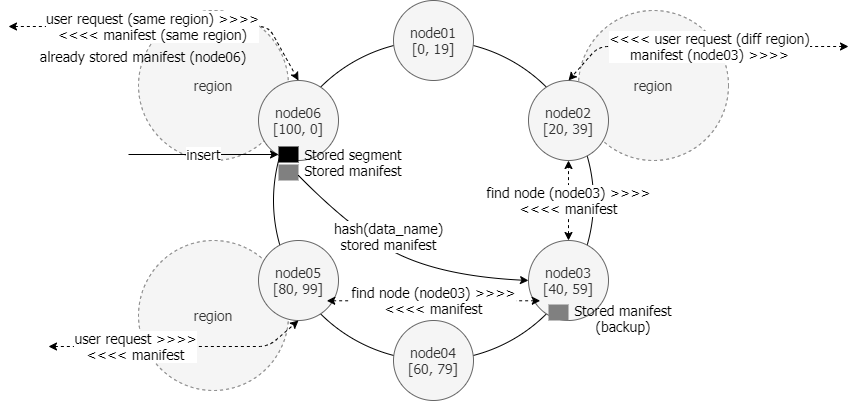
uni2u/difs keeps this draw.io diagram as img/difs21-backup02.png. Above is the earlier version. Source tidied: cells renumbered, new cells last; positions are measured from the earlier drawing's top-left corner, leaving out a move shared by most shapes.
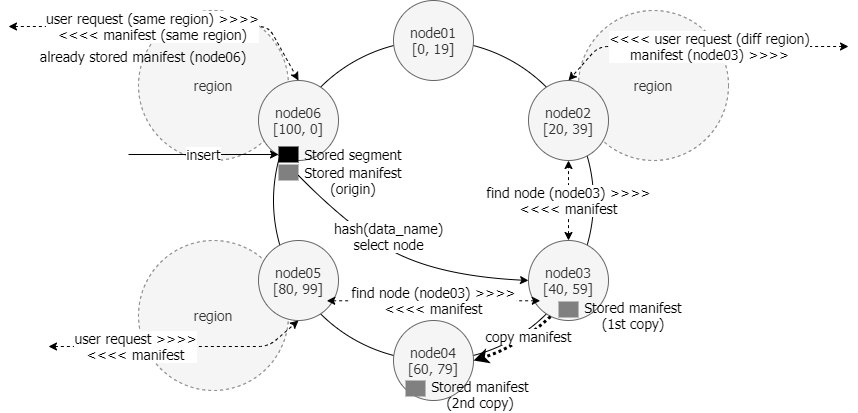
The same diagram one commit later.

What changed in the source:
```diff
@@ -46,11 +46,9 @@
     <mxCell id="15" style="rounded=0;whiteSpace=wrap;html=1;dashed=1;fontFamily=Tahoma;fontSize=14;fontColor=#333333;strokeColor=none;fillColor=#808080;" parent="1" vertex="1">
       <mxGeometry x="270" y="164" width="20" height="16" as="geometry" />
     </mxCell>
-    <mxCell id="16" value="Stored manifest" style="text;html=1;strokeColor=none;fillColor=none;align=center;verticalAlign=middle;whiteSpace=wrap;rounded=0;dashed=1;fontFamily=Tahoma;fontSize=14;" parent="1" vertex="1">
-      <mxGeometry x="290" y="160" width="110" height="20" as="geometry" />
-    </mxCell>
-    <mxCell id="17" value="hash(data_name)&lt;br&gt;stored manifest" style="curved=1;endArrow=classic;html=1;fontFamily=Tahoma;fontSize=14;exitX=0;exitY=0.75;exitDx=0;exitDy=0;entryX=0;entryY=0.5;entryDx=0;entryDy=0;" parent="1" edge="1" source="16" target="9">
+    <mxCell id="17" value="hash(data_name)&lt;br&gt;select node" style="curved=1;endArrow=classic;html=1;fontFamily=Tahoma;fontSize=14;exitX=0;exitY=0.75;exitDx=0;exitDy=0;entryX=0;entryY=0.5;entryDx=0;entryDy=0;" parent="1" edge="1" target="9">
       <mxGeometry x="-0.14" y="12" relative="1" as="geometry">
+        <mxPoint x="290" y="175" as="sourcePoint" />
         <Array as="points">
           <mxPoint x="350" y="236" />
           <mxPoint x="440" y="276" />
@@ -58,10 +56,10 @@
       </mxGeometry>
     </mxCell>
     <mxCell id="18" style="rounded=0;whiteSpace=wrap;html=1;dashed=1;fontFamily=Tahoma;fontSize=14;fontColor=#333333;strokeColor=none;fillColor=#808080;" parent="1" vertex="1">
-      <mxGeometry x="540" y="304" width="20" height="16" as="geometry" />
+      <mxGeometry x="550" y="301" width="20" height="16" as="geometry" />
     </mxCell>
-    <mxCell id="19" value="Stored manifest&lt;br&gt;(backup)" style="text;html=1;strokeColor=none;fillColor=none;align=center;verticalAlign=middle;whiteSpace=wrap;rounded=0;dashed=1;fontFamily=Tahoma;fontSize=14;" parent="1" vertex="1">
-      <mxGeometry x="560" y="300" width="110" height="36" as="geometry" />
+    <mxCell id="19" value="Stored manifest&lt;br&gt;(1st copy)" style="text;html=1;strokeColor=none;fillColor=none;align=center;verticalAlign=middle;whiteSpace=wrap;rounded=0;dashed=1;fontFamily=Tahoma;fontSize=14;" parent="1" vertex="1">
+      <mxGeometry x="570" y="297" width="110" height="36" as="geometry" />
     </mxCell>
     <mxCell id="20" value="user request (same region) &amp;gt;&amp;gt;&amp;gt;&amp;gt;&lt;br&gt;&amp;lt;&amp;lt;&amp;lt;&amp;lt; manifest (same region)" style="endArrow=classic;html=1;dashed=1;fontFamily=Tahoma;fontSize=14;entryX=0.5;entryY=0;entryDx=0;entryDy=0;startArrow=classic;startFill=1;" parent="1" edge="1" target="8">
       <mxGeometry x="-0.11" relative="1" as="geometry">
@@ -99,5 +97,22 @@
     <mxCell id="25" value="already stored manifest (node06)" style="text;html=1;strokeColor=none;fillColor=none;align=right;verticalAlign=middle;whiteSpace=wrap;rounded=0;dashed=1;fontFamily=Tahoma;fontSize=14;" parent="1" vertex="1">
       <mxGeometry x="20" y="46" width="220" height="20" as="geometry" />
     </mxCell>
+    <mxCell id="26" style="rounded=0;whiteSpace=wrap;html=1;dashed=1;fontFamily=Tahoma;fontSize=14;fontColor=#333333;strokeColor=none;fillColor=#808080;" parent="1" vertex="1">
+      <mxGeometry x="397" y="380" width="20" height="16" as="geometry" />
+    </mxCell>
+    <mxCell id="27" value="Stored manifest&lt;br&gt;(2nd copy)" style="text;html=1;strokeColor=none;fillColor=none;align=center;verticalAlign=middle;whiteSpace=wrap;rounded=0;dashed=1;fontFamily=Tahoma;fontSize=14;" parent="1" vertex="1">
+      <mxGeometry x="417" y="376" width="110" height="36" as="geometry" />
+    </mxCell>
+    <mxCell id="28" value="copy manifest" style="curved=1;endArrow=classic;html=1;entryX=1;entryY=0.5;entryDx=0;entryDy=0;exitX=0.275;exitY=0.95;exitDx=0;exitDy=0;exitPerimeter=0;dashed=1;strokeWidth=3;dashPattern=1 1;fontSize=14;fontFamily=Tahoma;" parent="1" edge="1" source="9" target="7">
+      <mxGeometry x="-0.35" relative="1" as="geometry">
+        <Array as="points">
+          <mxPoint x="510" y="346" />
+        </Array>
+        <mxPoint y="-1" as="offset" />
+      </mxGeometry>
+    </mxCell>
+    <mxCell id="29" value="Stored manifest&lt;br&gt;(origin)" style="text;html=1;strokeColor=none;fillColor=none;align=center;verticalAlign=middle;whiteSpace=wrap;rounded=0;dashed=1;fontFamily=Tahoma;fontSize=14;" parent="1" vertex="1">
+      <mxGeometry x="290" y="162" width="110" height="36" as="geometry" />
+    </mxCell>
   </root>
 </mxGraphModel>
```
